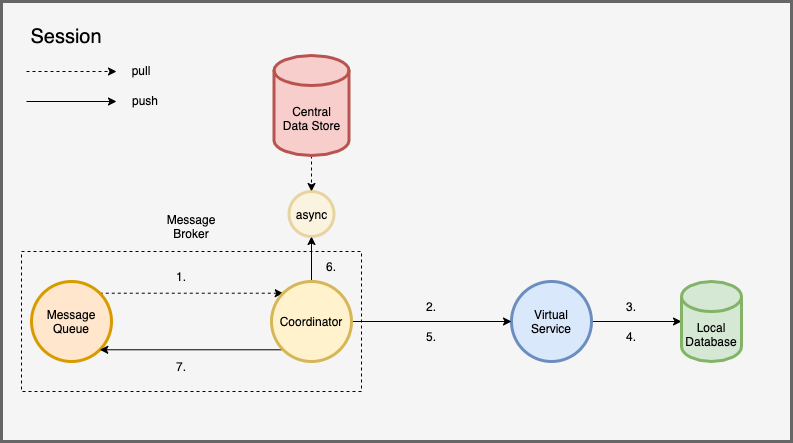
Before: img/diagram-abort.drawio.png, a diagram exported from draw.io (ccchrunik/hierasaga). Source tidied: cells renumbered, new cells last; positions are measured from the earlier drawing's top-left corner, leaving out a move shared by most shapes. The source it was exported from:
```xml
<mxGraphModel>
  <root>
    <mxCell id="0" />
    <mxCell id="1" parent="0" />
    <mxCell id="2" style="rounded=0;whiteSpace=wrap;html=1;strokeWidth=3;fillColor=#f5f5f5;strokeColor=#666666;fontColor=#333333;" parent="1" vertex="1">
      <mxGeometry width="790" height="440" as="geometry" />
    </mxCell>
    <mxCell id="3" style="edgeStyle=none;rounded=0;jettySize=auto;html=1;exitX=1;exitY=0;exitDx=0;exitDy=0;entryX=0;entryY=0;entryDx=0;entryDy=0;startArrow=none;startFill=0;dashed=1;" parent="1" edge="1" source="4" target="10">
      <mxGeometry relative="1" as="geometry" />
    </mxCell>
    <mxCell id="4" value="Message&lt;br&gt;Queue" style="ellipse;whiteSpace=wrap;html=1;strokeWidth=3;fillColor=#ffe6cc;strokeColor=#d79b00;" parent="1" vertex="1">
      <mxGeometry x="30" y="280" width="80" height="80" as="geometry" />
    </mxCell>
    <mxCell id="5" style="edgeStyle=none;rounded=0;jettySize=auto;html=1;exitX=1;exitY=0.5;exitDx=0;exitDy=0;entryX=0;entryY=0.5;entryDx=0;entryDy=0;entryPerimeter=0;startArrow=none;startFill=0;" parent="1" edge="1" source="6" target="13">
      <mxGeometry relative="1" as="geometry" />
    </mxCell>
    <mxCell id="6" value="Virtual&lt;br&gt;Service" style="ellipse;whiteSpace=wrap;html=1;strokeWidth=3;fillColor=#dae8fc;strokeColor=#6c8ebf;" parent="1" vertex="1">
      <mxGeometry x="510" y="280" width="80" height="80" as="geometry" />
    </mxCell>
    <mxCell id="7" style="edgeStyle=none;rounded=0;jettySize=auto;html=1;exitX=1;exitY=0.5;exitDx=0;exitDy=0;entryX=0;entryY=0.5;entryDx=0;entryDy=0;startArrow=none;startFill=0;" parent="1" edge="1" source="10" target="6">
      <mxGeometry relative="1" as="geometry" />
    </mxCell>
    <mxCell id="8" style="edgeStyle=none;rounded=0;jettySize=auto;html=1;exitX=0;exitY=1;exitDx=0;exitDy=0;entryX=1;entryY=1;entryDx=0;entryDy=0;startArrow=none;startFill=0;" parent="1" edge="1" source="10" target="4">
      <mxGeometry relative="1" as="geometry" />
    </mxCell>
    <mxCell id="9" style="edgeStyle=none;rounded=0;jettySize=auto;html=1;exitX=0.5;exitY=0;exitDx=0;exitDy=0;entryX=0.5;entryY=1;entryDx=0;entryDy=0;startArrow=none;startFill=0;" parent="1" edge="1" source="10" target="25">
      <mxGeometry relative="1" as="geometry" />
    </mxCell>
    <mxCell id="10" value="Coordinator" style="ellipse;whiteSpace=wrap;html=1;strokeWidth=3;fillColor=#fff2cc;strokeColor=#d6b656;" parent="1" vertex="1">
      <mxGeometry x="270" y="280" width="80" height="80" as="geometry" />
    </mxCell>
    <mxCell id="11" style="edgeStyle=none;rounded=0;jettySize=auto;html=1;exitX=0.5;exitY=1;exitDx=0;exitDy=0;exitPerimeter=0;entryX=0.5;entryY=0;entryDx=0;entryDy=0;startArrow=none;startFill=0;dashed=1;" parent="1" edge="1" source="12" target="25">
      <mxGeometry relative="1" as="geometry" />
    </mxCell>
    <mxCell id="12" value="Central&lt;br&gt;Data Store" style="shape=cylinder3;whiteSpace=wrap;html=1;boundedLbl=1;backgroundOutline=1;size=15;strokeWidth=3;fillColor=#f8cecc;strokeColor=#b85450;" parent="1" vertex="1">
      <mxGeometry x="272.5" y="54" width="75" height="100" as="geometry" />
    </mxCell>
    <mxCell id="13" value="Local&lt;br&gt;Database" style="shape=cylinder3;whiteSpace=wrap;html=1;boundedLbl=1;backgroundOutline=1;size=15;strokeWidth=3;fillColor=#d5e8d4;strokeColor=#82b366;" parent="1" vertex="1">
      <mxGeometry x="680" y="280" width="60" height="80" as="geometry" />
    </mxCell>
    <mxCell id="14" value="&lt;font style=&quot;font-size: 20px&quot;&gt;Session&lt;/font&gt;" style="text;html=1;strokeColor=none;fillColor=none;align=center;verticalAlign=middle;whiteSpace=wrap;rounded=0;" parent="1" vertex="1">
      <mxGeometry x="20" y="20" width="90" height="30" as="geometry" />
    </mxCell>
    <mxCell id="15" value="1." style="text;html=1;strokeColor=none;fillColor=none;align=center;verticalAlign=middle;whiteSpace=wrap;rounded=0;" parent="1" vertex="1">
      <mxGeometry x="150" y="260" width="60" height="30" as="geometry" />
    </mxCell>
    <mxCell id="16" style="group;" parent="1" vertex="1">
      <mxGeometry x="25" y="54" width="159" height="60" as="geometry" />
    </mxCell>
    <mxCell id="17" style="edgeStyle=none;rounded=0;orthogonalLoop=1;jettySize=auto;html=1;entryX=0;entryY=0.5;entryDx=0;entryDy=0;dashed=1;startArrow=none;startFill=0;" parent="16" edge="1">
      <mxGeometry as="geometry">
        <mxPoint y="16" as="sourcePoint" />
        <mxPoint x="90" y="16" as="targetPoint" />
      </mxGeometry>
    </mxCell>
    <mxCell id="18" style="edgeStyle=none;rounded=0;orthogonalLoop=1;jettySize=auto;html=1;entryX=0;entryY=0.5;entryDx=0;entryDy=0;startArrow=none;startFill=0;" parent="16" edge="1">
      <mxGeometry as="geometry">
        <mxPoint y="46" as="sourcePoint" />
        <mxPoint x="90" y="46" as="targetPoint" />
      </mxGeometry>
    </mxCell>
    <mxCell id="19" value="pull" style="text;html=1;strokeColor=none;fillColor=none;align=center;verticalAlign=middle;whiteSpace=wrap;rounded=0;" parent="16" vertex="1">
      <mxGeometry x="75" width="80" height="30" as="geometry" />
    </mxCell>
    <mxCell id="20" value="push" style="text;html=1;strokeColor=none;fillColor=none;align=center;verticalAlign=middle;whiteSpace=wrap;rounded=0;" parent="16" vertex="1">
      <mxGeometry x="79" y="30" width="80" height="30" as="geometry" />
    </mxCell>
    <mxCell id="21" value="2." style="text;html=1;strokeColor=none;fillColor=none;align=center;verticalAlign=middle;whiteSpace=wrap;rounded=0;" parent="1" vertex="1">
      <mxGeometry x="400" y="290" width="60" height="30" as="geometry" />
    </mxCell>
    <mxCell id="22" value="3." style="text;html=1;strokeColor=none;fillColor=none;align=center;verticalAlign=middle;whiteSpace=wrap;rounded=0;" parent="1" vertex="1">
      <mxGeometry x="600" y="290" width="60" height="30" as="geometry" />
    </mxCell>
    <mxCell id="23" value="5." style="text;html=1;strokeColor=none;fillColor=none;align=center;verticalAlign=middle;whiteSpace=wrap;rounded=0;" parent="1" vertex="1">
      <mxGeometry x="400" y="320" width="60" height="30" as="geometry" />
    </mxCell>
    <mxCell id="24" value="Message&lt;br&gt;Broker" style="text;html=1;strokeColor=none;fillColor=none;align=center;verticalAlign=middle;whiteSpace=wrap;rounded=0;" parent="1" vertex="1">
      <mxGeometry x="160" y="210" width="60" height="30" as="geometry" />
    </mxCell>
    <mxCell id="25" value="async" style="ellipse;whiteSpace=wrap;html=1;strokeWidth=3;fillColor=#fff2cc;strokeColor=#d6b656;opacity=50;" parent="1" vertex="1">
      <mxGeometry x="287.5" y="190" width="45" height="45" as="geometry" />
    </mxCell>
    <mxCell id="26" value="7." style="text;html=1;strokeColor=none;fillColor=none;align=center;verticalAlign=middle;whiteSpace=wrap;rounded=0;" parent="1" vertex="1">
      <mxGeometry x="150" y="350" width="60" height="30" as="geometry" />
    </mxCell>
    <mxCell id="27" value="4." style="text;html=1;strokeColor=none;fillColor=none;align=center;verticalAlign=middle;whiteSpace=wrap;rounded=0;" parent="1" vertex="1">
      <mxGeometry x="600" y="320" width="60" height="30" as="geometry" />
    </mxCell>
    <mxCell id="28" style="rounded=0;whiteSpace=wrap;html=1;strokeWidth=1;fillColor=none;dashed=1;" parent="1" vertex="1">
      <mxGeometry x="20" y="250" width="340" height="140" as="geometry" />
    </mxCell>
    <mxCell id="29" value="6." style="text;html=1;strokeColor=none;fillColor=none;align=center;verticalAlign=middle;whiteSpace=wrap;rounded=0;" parent="1" vertex="1">
      <mxGeometry x="300" y="250" width="60" height="30" as="geometry" />
    </mxCell>
  </root>
</mxGraphModel>
```
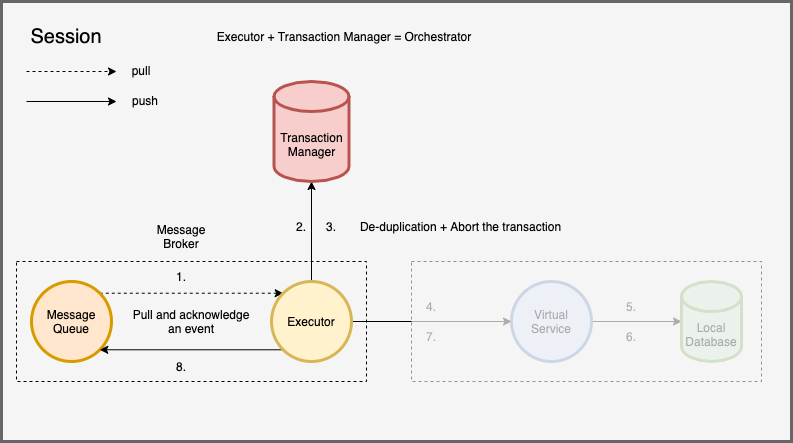
After the commit.

Change to the diagram source:
```diff
@@ -1,96 +1,105 @@
 <mxGraphModel>
   <root>
-    <mxCell id="0" />
-    <mxCell id="1" parent="0" />
+    <mxCell id="30" />
+    <mxCell id="31" parent="30" />
-    <mxCell id="2" style="rounded=0;whiteSpace=wrap;html=1;strokeWidth=3;fillColor=#f5f5f5;strokeColor=#666666;fontColor=#333333;" parent="1" vertex="1">
+    <mxCell id="2" style="rounded=0;whiteSpace=wrap;html=1;strokeWidth=3;fillColor=#f5f5f5;strokeColor=#666666;fontColor=#333333;" parent="31" vertex="1">
       <mxGeometry width="790" height="440" as="geometry" />
     </mxCell>
-    <mxCell id="3" style="edgeStyle=none;rounded=0;jettySize=auto;html=1;exitX=1;exitY=0;exitDx=0;exitDy=0;entryX=0;entryY=0;entryDx=0;entryDy=0;startArrow=none;startFill=0;dashed=1;" parent="1" edge="1" source="4" target="10">
-      <mxGeometry relative="1" as="geometry" />
-    </mxCell>
+    <mxCell id="32" style="edgeStyle=none;rounded=0;jettySize=auto;html=1;exitX=1;exitY=0;exitDx=0;exitDy=0;entryX=0;entryY=0;entryDx=0;entryDy=0;startArrow=none;startFill=0;dashed=1;" parent="31" edge="1" source="4" target="36">
+      <mxGeometry relative="1" as="geometry" />
+    </mxCell>
-    <mxCell id="4" value="Message&lt;br&gt;Queue" style="ellipse;whiteSpace=wrap;html=1;strokeWidth=3;fillColor=#ffe6cc;strokeColor=#d79b00;" parent="1" vertex="1">
+    <mxCell id="4" value="Message&lt;br&gt;Queue" style="ellipse;whiteSpace=wrap;html=1;strokeWidth=3;fillColor=#ffe6cc;strokeColor=#d79b00;" parent="31" vertex="1">
       <mxGeometry x="30" y="280" width="80" height="80" as="geometry" />
     </mxCell>
-    <mxCell id="5" style="edgeStyle=none;rounded=0;jettySize=auto;html=1;exitX=1;exitY=0.5;exitDx=0;exitDy=0;entryX=0;entryY=0.5;entryDx=0;entryDy=0;entryPerimeter=0;startArrow=none;startFill=0;" parent="1" edge="1" source="6" target="13">
+    <mxCell id="5" style="edgeStyle=none;rounded=0;jettySize=auto;html=1;exitX=1;exitY=0.5;exitDx=0;exitDy=0;entryX=0;entryY=0.5;entryDx=0;entryDy=0;entryPerimeter=0;startArrow=none;startFill=0;" parent="31" edge="1" source="6" target="13">
       <mxGeometry relative="1" as="geometry" />
     </mxCell>
-    <mxCell id="6" value="Virtual&lt;br&gt;Service" style="ellipse;whiteSpace=wrap;html=1;strokeWidth=3;fillColor=#dae8fc;strokeColor=#6c8ebf;" parent="1" vertex="1">
+    <mxCell id="6" value="Virtual&lt;br&gt;Service" style="ellipse;whiteSpace=wrap;html=1;strokeWidth=3;fillColor=#dae8fc;strokeColor=#6c8ebf;" parent="31" vertex="1">
       <mxGeometry x="510" y="280" width="80" height="80" as="geometry" />
     </mxCell>
-    <mxCell id="7" style="edgeStyle=none;rounded=0;jettySize=auto;html=1;exitX=1;exitY=0.5;exitDx=0;exitDy=0;entryX=0;entryY=0.5;entryDx=0;entryDy=0;startArrow=none;startFill=0;" parent="1" edge="1" source="10" target="6">
-      <mxGeometry relative="1" as="geometry" />
-    </mxCell>
-    <mxCell id="8" style="edgeStyle=none;rounded=0;jettySize=auto;html=1;exitX=0;exitY=1;exitDx=0;exitDy=0;entryX=1;entryY=1;entryDx=0;entryDy=0;startArrow=none;startFill=0;" parent="1" edge="1" source="10" target="4">
-      <mxGeometry relative="1" as="geometry" />
-    </mxCell>
-    <mxCell id="9" style="edgeStyle=none;rounded=0;jettySize=auto;html=1;exitX=0.5;exitY=0;exitDx=0;exitDy=0;entryX=0.5;entryY=1;entryDx=0;entryDy=0;startArrow=none;startFill=0;" parent="1" edge="1" source="10" target="25">
-      <mxGeometry relative="1" as="geometry" />
-    </mxCell>
-    <mxCell id="10" value="Coordinator" style="ellipse;whiteSpace=wrap;html=1;strokeWidth=3;fillColor=#fff2cc;strokeColor=#d6b656;" parent="1" vertex="1">
-      <mxGeometry x="270" y="280" width="80" height="80" as="geometry" />
-    </mxCell>
-    <mxCell id="11" style="edgeStyle=none;rounded=0;jettySize=auto;html=1;exitX=0.5;exitY=1;exitDx=0;exitDy=0;exitPerimeter=0;entryX=0.5;entryY=0;entryDx=0;entryDy=0;startArrow=none;startFill=0;dashed=1;" parent="1" edge="1" source="12" target="25">
-      <mxGeometry relative="1" as="geometry" />
-    </mxCell>
-    <mxCell id="12" value="Central&lt;br&gt;Data Store" style="shape=cylinder3;whiteSpace=wrap;html=1;boundedLbl=1;backgroundOutline=1;size=15;strokeWidth=3;fillColor=#f8cecc;strokeColor=#b85450;" parent="1" vertex="1">
-      <mxGeometry x="272.5" y="54" width="75" height="100" as="geometry" />
-    </mxCell>
+    <mxCell id="33" style="edgeStyle=none;rounded=0;jettySize=auto;html=1;exitX=0.5;exitY=0;exitDx=0;exitDy=0;entryX=0.5;entryY=1;entryDx=0;entryDy=0;entryPerimeter=0;startArrow=none;startFill=0;" parent="31" edge="1" source="36" target="37">
+      <mxGeometry relative="1" as="geometry" />
+    </mxCell>
+    <mxCell id="34" style="edgeStyle=none;rounded=0;jettySize=auto;html=1;exitX=1;exitY=0.5;exitDx=0;exitDy=0;entryX=0;entryY=0.5;entryDx=0;entryDy=0;startArrow=none;startFill=0;" parent="31" edge="1" source="36" target="6">
+      <mxGeometry relative="1" as="geometry" />
+    </mxCell>
+    <mxCell id="35" style="edgeStyle=none;rounded=0;jettySize=auto;html=1;exitX=0;exitY=1;exitDx=0;exitDy=0;entryX=1;entryY=1;entryDx=0;entryDy=0;startArrow=none;startFill=0;" parent="31" edge="1" source="36" target="4">
+      <mxGeometry relative="1" as="geometry" />
+    </mxCell>
+    <mxCell id="36" value="Executor" style="ellipse;whiteSpace=wrap;html=1;strokeWidth=3;fillColor=#fff2cc;strokeColor=#d6b656;" parent="31" vertex="1">
+      <mxGeometry x="270" y="280" width="80" height="80" as="geometry" />
+    </mxCell>
+    <mxCell id="37" value="Transaction&lt;br&gt;Manager" style="shape=cylinder3;whiteSpace=wrap;html=1;boundedLbl=1;backgroundOutline=1;size=15;strokeWidth=3;fillColor=#f8cecc;strokeColor=#b85450;" parent="31" vertex="1">
+      <mxGeometry x="272.5" y="80" width="75" height="100" as="geometry" />
+    </mxCell>
-    <mxCell id="13" value="Local&lt;br&gt;Database" style="shape=cylinder3;whiteSpace=wrap;html=1;boundedLbl=1;backgroundOutline=1;size=15;strokeWidth=3;fillColor=#d5e8d4;strokeColor=#82b366;" parent="1" vertex="1">
+    <mxCell id="13" value="Local&lt;br&gt;Database" style="shape=cylinder3;whiteSpace=wrap;html=1;boundedLbl=1;backgroundOutline=1;size=15;strokeWidth=3;fillColor=#d5e8d4;strokeColor=#82b366;" parent="31" vertex="1">
       <mxGeometry x="680" y="280" width="60" height="80" as="geometry" />
     </mxCell>
-    <mxCell id="14" value="&lt;font style=&quot;font-size: 20px&quot;&gt;Session&lt;/font&gt;" style="text;html=1;strokeColor=none;fillColor=none;align=center;verticalAlign=middle;whiteSpace=wrap;rounded=0;" parent="1" vertex="1">
+    <mxCell id="14" value="&lt;font style=&quot;font-size: 20px&quot;&gt;Session&lt;/font&gt;" style="text;html=1;strokeColor=none;fillColor=none;align=center;verticalAlign=middle;whiteSpace=wrap;rounded=0;" parent="31" vertex="1">
       <mxGeometry x="20" y="20" width="90" height="30" as="geometry" />
     </mxCell>
-    <mxCell id="15" value="1." style="text;html=1;strokeColor=none;fillColor=none;align=center;verticalAlign=middle;whiteSpace=wrap;rounded=0;" parent="1" vertex="1">
+    <mxCell id="15" value="1." style="text;html=1;strokeColor=none;fillColor=none;align=center;verticalAlign=middle;whiteSpace=wrap;rounded=0;" parent="31" vertex="1">
       <mxGeometry x="150" y="260" width="60" height="30" as="geometry" />
     </mxCell>
+    <mxCell id="21" value="2." style="text;html=1;strokeColor=none;fillColor=none;align=center;verticalAlign=middle;whiteSpace=wrap;rounded=0;" parent="31" vertex="1">
+      <mxGeometry x="270" y="210" width="60" height="30" as="geometry" />
+    </mxCell>
-    <mxCell id="16" style="group;" parent="1" vertex="1">
+    <mxCell id="16" style="group;" parent="31" vertex="1">
       <mxGeometry x="25" y="54" width="159" height="60" as="geometry" />
     </mxCell>
-    <mxCell id="17" style="edgeStyle=none;rounded=0;orthogonalLoop=1;jettySize=auto;html=1;entryX=0;entryY=0.5;entryDx=0;entryDy=0;dashed=1;startArrow=none;startFill=0;" parent="16" edge="1">
-      <mxGeometry as="geometry">
-        <mxPoint y="16" as="sourcePoint" />
-        <mxPoint x="90" y="16" as="targetPoint" />
-      </mxGeometry>
-    </mxCell>
-    <mxCell id="18" style="edgeStyle=none;rounded=0;orthogonalLoop=1;jettySize=auto;html=1;entryX=0;entryY=0.5;entryDx=0;entryDy=0;startArrow=none;startFill=0;" parent="16" edge="1">
-      <mxGeometry as="geometry">
-        <mxPoint y="46" as="sourcePoint" />
-        <mxPoint x="90" y="46" as="targetPoint" />
-      </mxGeometry>
-    </mxCell>
+    <mxCell id="38" style="edgeStyle=none;rounded=0;orthogonalLoop=1;jettySize=auto;html=1;entryX=0;entryY=0.5;entryDx=0;entryDy=0;dashed=1;startArrow=none;startFill=0;" parent="16" edge="1">
+      <mxGeometry as="geometry">
+        <mxPoint y="16" as="sourcePoint" />
+        <mxPoint x="90" y="16" as="targetPoint" />
+      </mxGeometry>
+    </mxCell>
+    <mxCell id="39" style="edgeStyle=none;rounded=0;orthogonalLoop=1;jettySize=auto;html=1;entryX=0;entryY=0.5;entryDx=0;entryDy=0;startArrow=none;startFill=0;" parent="16" edge="1">
+      <mxGeometry as="geometry">
+        <mxPoint y="46" as="sourcePoint" />
+        <mxPoint x="90" y="46" as="targetPoint" />
+      </mxGeometry>
+    </mxCell>
     <mxCell id="19" value="pull" style="text;html=1;strokeColor=none;fillColor=none;align=center;verticalAlign=middle;whiteSpace=wrap;rounded=0;" parent="16" vertex="1">
       <mxGeometry x="75" width="80" height="30" as="geometry" />
     </mxCell>
     <mxCell id="20" value="push" style="text;html=1;strokeColor=none;fillColor=none;align=center;verticalAlign=middle;whiteSpace=wrap;rounded=0;" parent="16" vertex="1">
       <mxGeometry x="79" y="30" width="80" height="30" as="geometry" />
     </mxCell>
-    <mxCell id="21" value="2." style="text;html=1;strokeColor=none;fillColor=none;align=center;verticalAlign=middle;whiteSpace=wrap;rounded=0;" parent="1" vertex="1">
-      <mxGeometry x="400" y="290" width="60" height="30" as="geometry" />
-    </mxCell>
+    <mxCell id="27" value="4." style="text;html=1;strokeColor=none;fillColor=none;align=center;verticalAlign=middle;whiteSpace=wrap;rounded=0;" parent="31" vertex="1">
+      <mxGeometry x="400" y="290" width="60" height="30" as="geometry" />
+    </mxCell>
+    <mxCell id="23" value="5." style="text;html=1;strokeColor=none;fillColor=none;align=center;verticalAlign=middle;whiteSpace=wrap;rounded=0;" parent="31" vertex="1">
+      <mxGeometry x="600" y="290" width="60" height="30" as="geometry" />
+    </mxCell>
+    <mxCell id="26" value="7." style="text;html=1;strokeColor=none;fillColor=none;align=center;verticalAlign=middle;whiteSpace=wrap;rounded=0;" parent="31" vertex="1">
+      <mxGeometry x="400" y="320" width="60" height="30" as="geometry" />
+    </mxCell>
+    <mxCell id="40" style="rounded=0;whiteSpace=wrap;html=1;strokeWidth=1;fillColor=none;dashed=1;" parent="31" vertex="1">
+      <mxGeometry x="15" y="260" width="350" height="120" as="geometry" />
+    </mxCell>
+    <mxCell id="24" value="Message&lt;br&gt;Broker" style="text;html=1;strokeColor=none;fillColor=none;align=center;verticalAlign=middle;whiteSpace=wrap;rounded=0;" parent="31" vertex="1">
+      <mxGeometry x="150" y="220" width="60" height="30" as="geometry" />
+    </mxCell>
+    <mxCell id="41" value="8." style="text;html=1;strokeColor=none;fillColor=none;align=center;verticalAlign=middle;whiteSpace=wrap;rounded=0;" parent="31" vertex="1">
+      <mxGeometry x="150" y="350" width="60" height="30" as="geometry" />
+    </mxCell>
-    <mxCell id="22" value="3." style="text;html=1;strokeColor=none;fillColor=none;align=center;verticalAlign=middle;whiteSpace=wrap;rounded=0;" parent="1" vertex="1">
-      <mxGeometry x="600" y="290" width="60" height="30" as="geometry" />
+    <mxCell id="22" value="3." style="text;html=1;strokeColor=none;fillColor=none;align=center;verticalAlign=middle;whiteSpace=wrap;rounded=0;" parent="31" vertex="1">
+      <mxGeometry x="300" y="210" width="60" height="30" as="geometry" />
     </mxCell>
-    <mxCell id="23" value="5." style="text;html=1;strokeColor=none;fillColor=none;align=center;verticalAlign=middle;whiteSpace=wrap;rounded=0;" parent="1" vertex="1">
-      <mxGeometry x="400" y="320" width="60" height="30" as="geometry" />
-    </mxCell>
-    <mxCell id="24" value="Message&lt;br&gt;Broker" style="text;html=1;strokeColor=none;fillColor=none;align=center;verticalAlign=middle;whiteSpace=wrap;rounded=0;" parent="1" vertex="1">
-      <mxGeometry x="160" y="210" width="60" height="30" as="geometry" />
-    </mxCell>
-    <mxCell id="25" value="async" style="ellipse;whiteSpace=wrap;html=1;strokeWidth=3;fillColor=#fff2cc;strokeColor=#d6b656;opacity=50;" parent="1" vertex="1">
-      <mxGeometry x="287.5" y="190" width="45" height="45" as="geometry" />
-    </mxCell>
-    <mxCell id="26" value="7." style="text;html=1;strokeColor=none;fillColor=none;align=center;verticalAlign=middle;whiteSpace=wrap;rounded=0;" parent="1" vertex="1">
-      <mxGeometry x="150" y="350" width="60" height="30" as="geometry" />
-    </mxCell>
-    <mxCell id="27" value="4." style="text;html=1;strokeColor=none;fillColor=none;align=center;verticalAlign=middle;whiteSpace=wrap;rounded=0;" parent="1" vertex="1">
-      <mxGeometry x="600" y="320" width="60" height="30" as="geometry" />
-    </mxCell>
-    <mxCell id="28" style="rounded=0;whiteSpace=wrap;html=1;strokeWidth=1;fillColor=none;dashed=1;" parent="1" vertex="1">
-      <mxGeometry x="20" y="250" width="340" height="140" as="geometry" />
-    </mxCell>
-    <mxCell id="29" value="6." style="text;html=1;strokeColor=none;fillColor=none;align=center;verticalAlign=middle;whiteSpace=wrap;rounded=0;" parent="1" vertex="1">
-      <mxGeometry x="300" y="250" width="60" height="30" as="geometry" />
+    <mxCell id="29" value="6." style="text;html=1;strokeColor=none;fillColor=none;align=center;verticalAlign=middle;whiteSpace=wrap;rounded=0;" parent="31" vertex="1">
+      <mxGeometry x="600" y="320" width="60" height="30" as="geometry" />
     </mxCell>
+    <mxCell id="42" value="De-duplication + Abort the transaction" style="text;html=1;strokeColor=none;fillColor=none;align=center;verticalAlign=middle;whiteSpace=wrap;rounded=0;opacity=50;" parent="31" vertex="1">
+      <mxGeometry x="347.5" y="210" width="222.5" height="30" as="geometry" />
+    </mxCell>
+    <mxCell id="43" style="rounded=0;whiteSpace=wrap;html=1;strokeWidth=1;fillColor=#f5f5f5;dashed=1;strokeColor=#666666;fontColor=#333333;opacity=70;" parent="31" vertex="1">
+      <mxGeometry x="410" y="260" width="350" height="120" as="geometry" />
+    </mxCell>
+    <mxCell id="44" value="Pull and acknowledge an event" style="text;html=1;strokeColor=none;fillColor=none;align=center;verticalAlign=middle;whiteSpace=wrap;rounded=0;opacity=70;" parent="31" vertex="1">
+      <mxGeometry x="130" y="305" width="120" height="30" as="geometry" />
+    </mxCell>
+    <mxCell id="45" value="Executor + Transaction Manager = Orchestrator" style="text;html=1;strokeColor=none;fillColor=none;align=center;verticalAlign=middle;whiteSpace=wrap;rounded=0;opacity=70;" parent="31" vertex="1">
+      <mxGeometry x="207.5" y="20" width="270" height="30" as="geometry" />
+    </mxCell>
   </root>
 </mxGraphModel>
```
